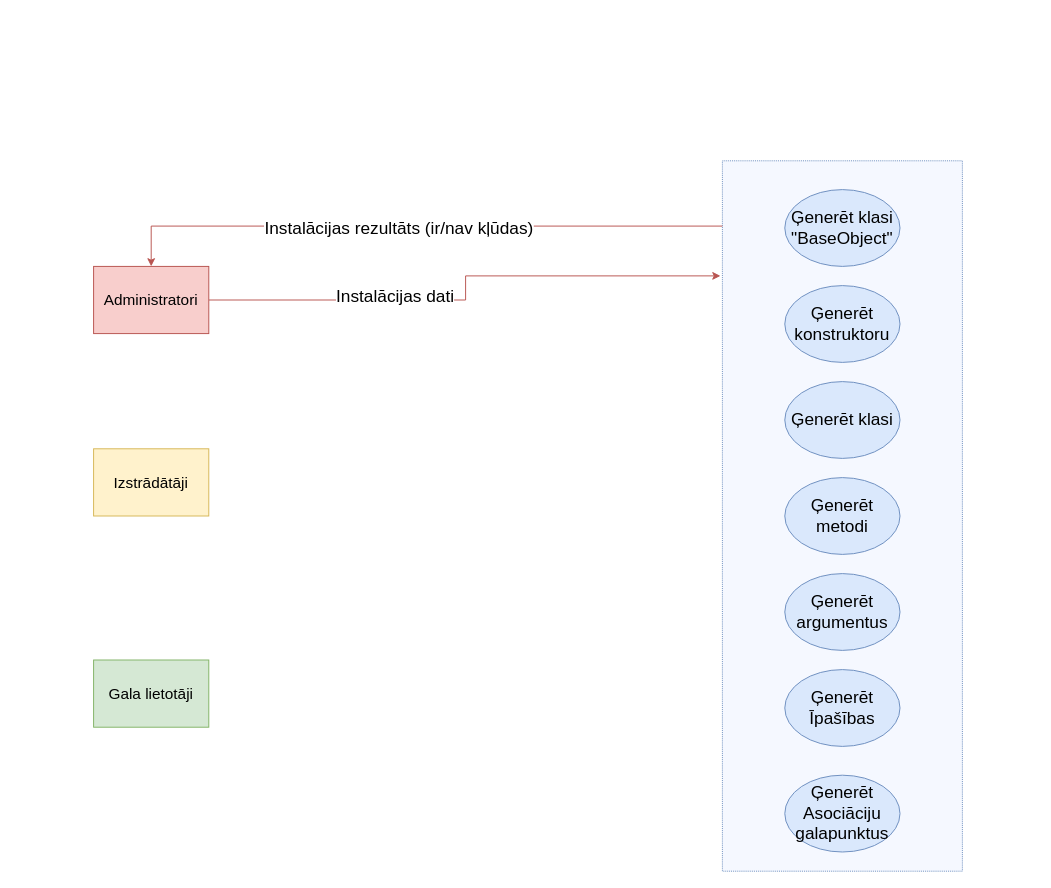
Earlier version of the draw.io diagram page "Ģeneratora modulis" (6 of 8) of src/Kvalifikacijas darbs/arhitektura.drawio (artiks12/webAppOS). Source tidied: cells renumbered, new cells numbered last; positions are measured from the earlier drawing's top-left corner, leaving out a move shared by most shapes. Both pictures are drawn from the tidied source at 96%, with x=0, y=0 at pixel (93, 160).
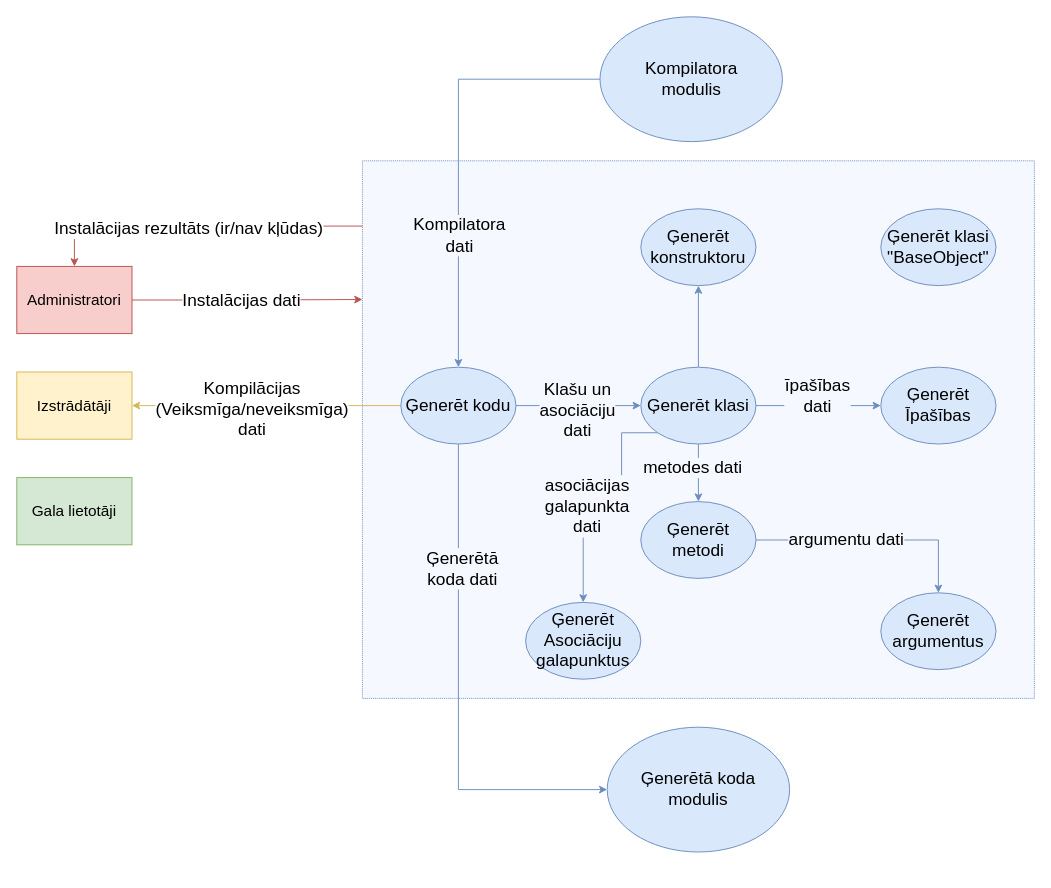
Above is the later version.

Change to the diagram source:
```diff
@@
     <mxCell id="2" style="rounded=0;whiteSpace=wrap;html=1;dashed=1;dashPattern=1 1;fillColor=#F5F8FF;strokeColor=#6c8ebf;" parent="1" vertex="1">
-      <mxGeometry x="655" width="250" height="740" as="geometry" />
+      <mxGeometry x="280" width="700" height="560" as="geometry" />
     </mxCell>
     <mxCell id="3" value="&lt;font style=&quot;font-size: 18px&quot;&gt;Ģenerēt klasi &quot;BaseObject&quot;&lt;br&gt;&lt;/font&gt;" style="ellipse;whiteSpace=wrap;html=1;fillColor=#dae8fc;strokeColor=#6c8ebf;" parent="1" vertex="1">
-      <mxGeometry x="720" y="30" width="120" height="80" as="geometry" />
+      <mxGeometry x="820" y="50" width="120" height="80" as="geometry" />
     </mxCell>
     <mxCell id="4" value="&lt;font style=&quot;font-size: 18px&quot;&gt;Ģenerēt konstruktoru&lt;br&gt;&lt;/font&gt;" style="ellipse;whiteSpace=wrap;html=1;fillColor=#dae8fc;strokeColor=#6c8ebf;" parent="1" vertex="1">
-      <mxGeometry x="720" y="130" width="120" height="80" as="geometry" />
+      <mxGeometry x="570" y="50" width="120" height="80" as="geometry" />
     </mxCell>
+    <mxCell id="17" style="edgeStyle=orthogonalEdgeStyle;rounded=0;jettySize=auto;html=1;exitX=0.5;exitY=0;exitDx=0;exitDy=0;entryX=0.5;entryY=1;entryDx=0;entryDy=0;fillColor=#dae8fc;strokeColor=#6c8ebf;" parent="1" edge="1" source="5" target="4">
+      <mxGeometry relative="1" as="geometry" />
+    </mxCell>
+    <mxCell id="18" style="edgeStyle=orthogonalEdgeStyle;rounded=0;jettySize=auto;html=1;entryX=0;entryY=0.5;entryDx=0;entryDy=0;fillColor=#dae8fc;strokeColor=#6c8ebf;" parent="1" edge="1" source="5" target="8">
+      <mxGeometry relative="1" as="geometry" />
+    </mxCell>
+    <mxCell id="19" style="edgeStyle=orthogonalEdgeStyle;rounded=0;jettySize=auto;html=1;fillColor=#dae8fc;strokeColor=#6c8ebf;" parent="1" edge="1" source="5" target="7">
+      <mxGeometry relative="1" as="geometry" />
+    </mxCell>
+    <mxCell id="20" style="edgeStyle=orthogonalEdgeStyle;rounded=0;jettySize=auto;html=1;exitX=0;exitY=1;exitDx=0;exitDy=0;entryX=0.5;entryY=0;entryDx=0;entryDy=0;fillColor=#dae8fc;strokeColor=#6c8ebf;" parent="1" edge="1" source="5" target="16">
+      <mxGeometry relative="1" as="geometry">
+        <Array as="points">
+          <mxPoint x="550" y="283" />
+          <mxPoint x="550" y="350" />
+          <mxPoint x="510" y="350" />
+        </Array>
+      </mxGeometry>
+    </mxCell>
     <mxCell id="5" value="&lt;font style=&quot;font-size: 18px&quot;&gt;Ģenerēt klasi&lt;/font&gt;" style="ellipse;whiteSpace=wrap;html=1;fillColor=#dae8fc;strokeColor=#6c8ebf;" parent="1" vertex="1">
-      <mxGeometry x="720" y="230" width="120" height="80" as="geometry" />
+      <mxGeometry x="570" y="215" width="120" height="80" as="geometry" />
     </mxCell>
     <mxCell id="6" value="&lt;font style=&quot;font-size: 18px&quot;&gt;Ģenerēt argumentus&lt;br&gt;&lt;/font&gt;" style="ellipse;whiteSpace=wrap;html=1;fillColor=#dae8fc;strokeColor=#6c8ebf;" parent="1" vertex="1">
-      <mxGeometry x="720" y="430" width="120" height="80" as="geometry" />
+      <mxGeometry x="820" y="450" width="120" height="80" as="geometry" />
     </mxCell>
+    <mxCell id="21" style="edgeStyle=orthogonalEdgeStyle;rounded=0;jettySize=auto;html=1;entryX=0.5;entryY=0;entryDx=0;entryDy=0;fillColor=#dae8fc;strokeColor=#6c8ebf;" parent="1" edge="1" source="7" target="6">
+      <mxGeometry relative="1" as="geometry" />
+    </mxCell>
     <mxCell id="7" value="&lt;font style=&quot;font-size: 18px&quot;&gt;Ģenerēt metodi&lt;br&gt;&lt;/font&gt;" style="ellipse;whiteSpace=wrap;html=1;fillColor=#dae8fc;strokeColor=#6c8ebf;" parent="1" vertex="1">
-      <mxGeometry x="720" y="330" width="120" height="80" as="geometry" />
+      <mxGeometry x="570" y="355" width="120" height="80" as="geometry" />
     </mxCell>
     <mxCell id="8" value="&lt;font style=&quot;font-size: 18px&quot;&gt;Ģenerēt Īpašības&lt;/font&gt;" style="ellipse;whiteSpace=wrap;html=1;fillColor=#dae8fc;strokeColor=#6c8ebf;" parent="1" vertex="1">
-      <mxGeometry x="720" y="530" width="120" height="80" as="geometry" />
+      <mxGeometry x="820" y="215" width="120" height="80" as="geometry" />
     </mxCell>
     <mxCell id="9" style="edgeStyle=orthogonalEdgeStyle;rounded=0;jettySize=auto;html=1;entryX=0.5;entryY=0;entryDx=0;entryDy=0;fillColor=#f8cecc;strokeColor=#b85450;" parent="1" edge="1" target="14">
       <mxGeometry relative="1" as="geometry">
-        <mxPoint x="655" y="68" as="sourcePoint" />
+        <mxPoint x="280" y="68" as="sourcePoint" />
         <Array as="points">
-          <mxPoint x="60" y="68" />
+          <mxPoint x="-20" y="68" />
         </Array>
       </mxGeometry>
     </mxCell>
@@
     <mxCell id="11" value="&lt;font size=&quot;3&quot;&gt;Izstrādātāji&lt;/font&gt;" style="rounded=0;whiteSpace=wrap;html=1;fillColor=#fff2cc;strokeColor=#d6b656;" parent="1" vertex="1">
-      <mxGeometry y="300" width="120" height="70" as="geometry" />
+      <mxGeometry x="-80" y="220" width="120" height="70" as="geometry" />
     </mxCell>
-    <mxCell id="12" style="edgeStyle=orthogonalEdgeStyle;rounded=0;jettySize=auto;html=1;entryX=-0.008;entryY=0.162;entryDx=0;entryDy=0;entryPerimeter=0;fillColor=#f8cecc;strokeColor=#b85450;" parent="1" edge="1" source="14" target="2">
+    <mxCell id="12" style="edgeStyle=orthogonalEdgeStyle;rounded=0;jettySize=auto;html=1;entryX=0;entryY=0.258;entryDx=0;entryDy=0;fillColor=#f8cecc;strokeColor=#b85450;entryPerimeter=0;" parent="1" edge="1" source="14" target="2">
       <mxGeometry relative="1" as="geometry" />
     </mxCell>
     <mxCell id="13" value="&lt;font style=&quot;font-size: 18px&quot;&gt;Instalācijas dati&lt;/font&gt;" style="edgeLabel;html=1;align=center;verticalAlign=middle;" parent="12" vertex="1">
-      <mxGeometry x="-0.31" y="4" relative="1" as="geometry" />
+      <mxGeometry x="-0.31" y="4" relative="1" as="geometry">
+        <mxPoint x="30" y="4" as="offset" />
+      </mxGeometry>
     </mxCell>
     <mxCell id="14" value="&lt;font size=&quot;3&quot;&gt;Administratori&lt;br&gt;&lt;/font&gt;" style="rounded=0;whiteSpace=wrap;html=1;fillColor=#f8cecc;strokeColor=#b85450;" parent="1" vertex="1">
-      <mxGeometry y="110" width="120" height="70" as="geometry" />
+      <mxGeometry x="-80" y="110" width="120" height="70" as="geometry" />
     </mxCell>
     <mxCell id="15" value="&lt;font size=&quot;3&quot;&gt;Gala lietotāji&lt;/font&gt;" style="rounded=0;whiteSpace=wrap;html=1;fillColor=#d5e8d4;strokeColor=#82b366;" parent="1" vertex="1">
-      <mxGeometry y="520" width="120" height="70" as="geometry" />
+      <mxGeometry x="-80" y="330" width="120" height="70" as="geometry" />
     </mxCell>
     <mxCell id="16" value="&lt;font style=&quot;font-size: 18px&quot;&gt;Ģenerēt Asociāciju galapunktus&lt;/font&gt;" style="ellipse;whiteSpace=wrap;html=1;fillColor=#dae8fc;strokeColor=#6c8ebf;" parent="1" vertex="1">
-      <mxGeometry x="720" y="640" width="120" height="80" as="geometry" />
+      <mxGeometry x="450" y="460" width="120" height="80" as="geometry" />
     </mxCell>
+    <mxCell id="22" style="edgeStyle=orthogonalEdgeStyle;rounded=0;jettySize=auto;html=1;entryX=0.5;entryY=0;entryDx=0;entryDy=0;fillColor=#dae8fc;strokeColor=#6c8ebf;" parent="1" edge="1" source="24" target="28">
+      <mxGeometry relative="1" as="geometry" />
+    </mxCell>
+    <mxCell id="23" value="&lt;font style=&quot;font-size: 18px&quot;&gt;Kompilatora&lt;br&gt;dati&lt;br&gt;&lt;/font&gt;" style="edgeLabel;html=1;align=center;verticalAlign=middle;labelBackgroundColor=#F5F8FF;" parent="22" vertex="1">
+      <mxGeometry x="0.38" relative="1" as="geometry">
+        <mxPoint y="1" as="offset" />
+      </mxGeometry>
+    </mxCell>
+    <mxCell id="24" value="&lt;font style=&quot;font-size: 18px&quot;&gt;Kompilatora &lt;br&gt;modulis&lt;/font&gt;" style="ellipse;whiteSpace=wrap;html=1;fillColor=#dae8fc;strokeColor=#6c8ebf;" parent="1" vertex="1">
+      <mxGeometry x="527.5" y="-150" width="190" height="130" as="geometry" />
+    </mxCell>
+    <mxCell id="25" style="edgeStyle=orthogonalEdgeStyle;rounded=0;jettySize=auto;html=1;exitX=1;exitY=0.5;exitDx=0;exitDy=0;fillColor=#dae8fc;strokeColor=#6c8ebf;entryX=0;entryY=0.5;entryDx=0;entryDy=0;" parent="1" edge="1" source="28" target="5">
+      <mxGeometry relative="1" as="geometry" />
+    </mxCell>
+    <mxCell id="26" style="edgeStyle=orthogonalEdgeStyle;rounded=0;jettySize=auto;html=1;exitX=0;exitY=0.5;exitDx=0;exitDy=0;entryX=1;entryY=0.5;entryDx=0;entryDy=0;fillColor=#fff2cc;strokeColor=#d6b656;" parent="1" edge="1" source="28" target="11">
+      <mxGeometry relative="1" as="geometry">
+        <Array as="points">
+          <mxPoint x="310" y="255" />
+          <mxPoint x="310" y="255" />
+        </Array>
+      </mxGeometry>
+    </mxCell>
+    <mxCell id="27" style="edgeStyle=orthogonalEdgeStyle;rounded=0;jettySize=auto;html=1;entryX=0;entryY=0.5;entryDx=0;entryDy=0;fillColor=#dae8fc;strokeColor=#6c8ebf;" parent="1" edge="1" source="28" target="35">
+      <mxGeometry relative="1" as="geometry">
+        <Array as="points">
+          <mxPoint x="380" y="655" />
+        </Array>
+      </mxGeometry>
+    </mxCell>
+    <mxCell id="28" value="&lt;font style=&quot;font-size: 18px&quot;&gt;Ģenerēt kodu&lt;br&gt;&lt;/font&gt;" style="ellipse;whiteSpace=wrap;html=1;fillColor=#dae8fc;strokeColor=#6c8ebf;" parent="1" vertex="1">
+      <mxGeometry x="320" y="215" width="120" height="80" as="geometry" />
+    </mxCell>
+    <mxCell id="29" value="&lt;span style=&quot;font-size: 18px&quot;&gt;Klašu un &lt;br&gt;asociāciju &lt;br&gt;dati&lt;/span&gt;" style="edgeLabel;html=1;align=center;verticalAlign=middle;labelBackgroundColor=#F5F8FF;" parent="1" vertex="1">
+      <mxGeometry x="510" y="270" as="geometry">
+        <mxPoint x="-7" y="-11" as="offset" />
+      </mxGeometry>
+    </mxCell>
+    <mxCell id="30" value="&lt;span style=&quot;font-size: 18px&quot;&gt;metodes dati&lt;/span&gt;" style="edgeLabel;html=1;align=center;verticalAlign=middle;labelBackgroundColor=#F5F8FF;" parent="1" vertex="1">
+      <mxGeometry x="630" y="330" as="geometry">
+        <mxPoint x="-7" y="-11" as="offset" />
+      </mxGeometry>
+    </mxCell>
+    <mxCell id="31" value="&lt;span style=&quot;font-size: 18px&quot;&gt;īpašības&lt;br&gt;dati&lt;/span&gt;" style="edgeLabel;html=1;align=center;verticalAlign=middle;labelBackgroundColor=#F5F8FF;" parent="1" vertex="1">
+      <mxGeometry x="760" y="255" as="geometry">
+        <mxPoint x="-7" y="-11" as="offset" />
+      </mxGeometry>
+    </mxCell>
+    <mxCell id="32" value="&lt;span style=&quot;font-size: 18px&quot;&gt;argumentu dati&lt;/span&gt;" style="edgeLabel;html=1;align=center;verticalAlign=middle;labelBackgroundColor=#F5F8FF;" parent="1" vertex="1">
+      <mxGeometry x="790" y="405" as="geometry">
+        <mxPoint x="-7" y="-11" as="offset" />
+      </mxGeometry>
+    </mxCell>
+    <mxCell id="33" value="&lt;span style=&quot;font-size: 18px&quot;&gt;asociācijas&lt;br&gt;galapunkta&lt;br&gt;dati&lt;br&gt;&lt;/span&gt;" style="edgeLabel;html=1;align=center;verticalAlign=middle;labelBackgroundColor=#F5F8FF;" parent="1" vertex="1">
+      <mxGeometry x="520" y="370" as="geometry">
+        <mxPoint x="-7" y="-11" as="offset" />
+      </mxGeometry>
+    </mxCell>
+    <mxCell id="34" value="&lt;font style=&quot;font-size: 18px&quot;&gt;Kompilācijas &lt;br&gt;(Veiksmīga/neveiksmīga)&lt;br&gt;dati&lt;/font&gt;" style="edgeLabel;html=1;align=center;verticalAlign=middle;" parent="1" vertex="1">
+      <mxGeometry x="150" y="270" as="geometry">
+        <mxPoint x="14" y="-12" as="offset" />
+      </mxGeometry>
+    </mxCell>
+    <mxCell id="35" value="&lt;font style=&quot;font-size: 18px&quot;&gt;Ģenerētā koda&lt;br&gt;modulis&lt;/font&gt;" style="ellipse;whiteSpace=wrap;html=1;fillColor=#dae8fc;strokeColor=#6c8ebf;" parent="1" vertex="1">
+      <mxGeometry x="535" y="590" width="190" height="130" as="geometry" />
+    </mxCell>
+    <mxCell id="36" value="&lt;span style=&quot;font-size: 18px&quot;&gt;Ģenerētā &lt;br&gt;koda dati&lt;/span&gt;" style="edgeLabel;html=1;align=center;verticalAlign=middle;labelBackgroundColor=#F5F8FF;" parent="1" vertex="1">
+      <mxGeometry x="390" y="435" as="geometry">
+        <mxPoint x="-7" y="-11" as="offset" />
+      </mxGeometry>
+    </mxCell>
```
